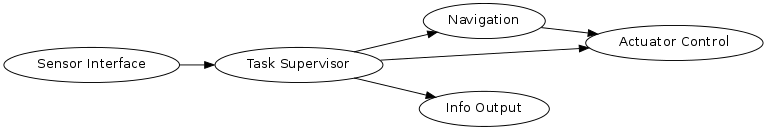
Before: misc/layout.png, a diagram exported from Graphviz (adamgreig/IDP). Its source is kept beside it as misc/layout.dot. The source it was exported from:
```dot
digraph layout {
    rankdir=LR;
    size="8,5"
    "Sensor Interface" -> "Task Supervisor";
    "Task Supervisor" -> "Navigation";
    "Navigation" -> "Actuator Control";
    "Task Supervisor" -> "Actuator Control";
    "Task Supervisor" -> "Info Output";
}
```
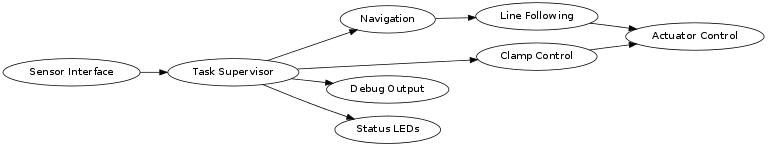
Later version of the same file.

Diff of the diagram source:
```diff
@@ -3,7 +3,10 @@
     size="8,5"
     "Sensor Interface" -> "Task Supervisor";
     "Task Supervisor" -> "Navigation";
-    "Navigation" -> "Actuator Control";
-    "Task Supervisor" -> "Actuator Control";
-    "Task Supervisor" -> "Info Output";
+    "Navigation" -> "Line Following";
+    "Line Following" -> "Actuator Control";
+    "Task Supervisor" -> "Clamp Control";
+    "Clamp Control" -> "Actuator Control";
+    "Task Supervisor" -> "Debug Output";
+    "Task Supervisor" -> "Status LEDs";
 }
```
